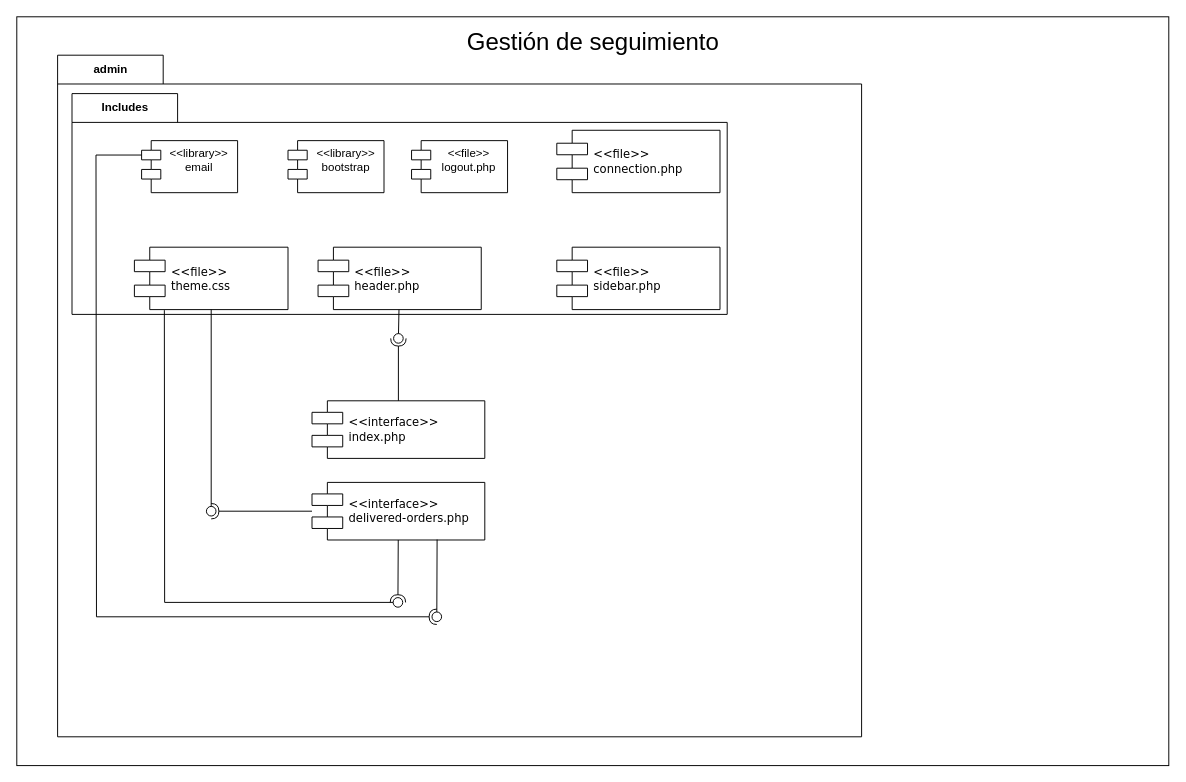
Before: Diagramas/DiagramaNuevoJorge.drawio in JorgeADnro/Torres, a draw.io diagram. Source tidied: cells renumbered, new cells numbered last; positions are measured from the earlier drawing's top-left corner, leaving out a move shared by most shapes. Both pictures are drawn from the tidied source at 96%, with x=0, y=0 at pixel (16, 16).
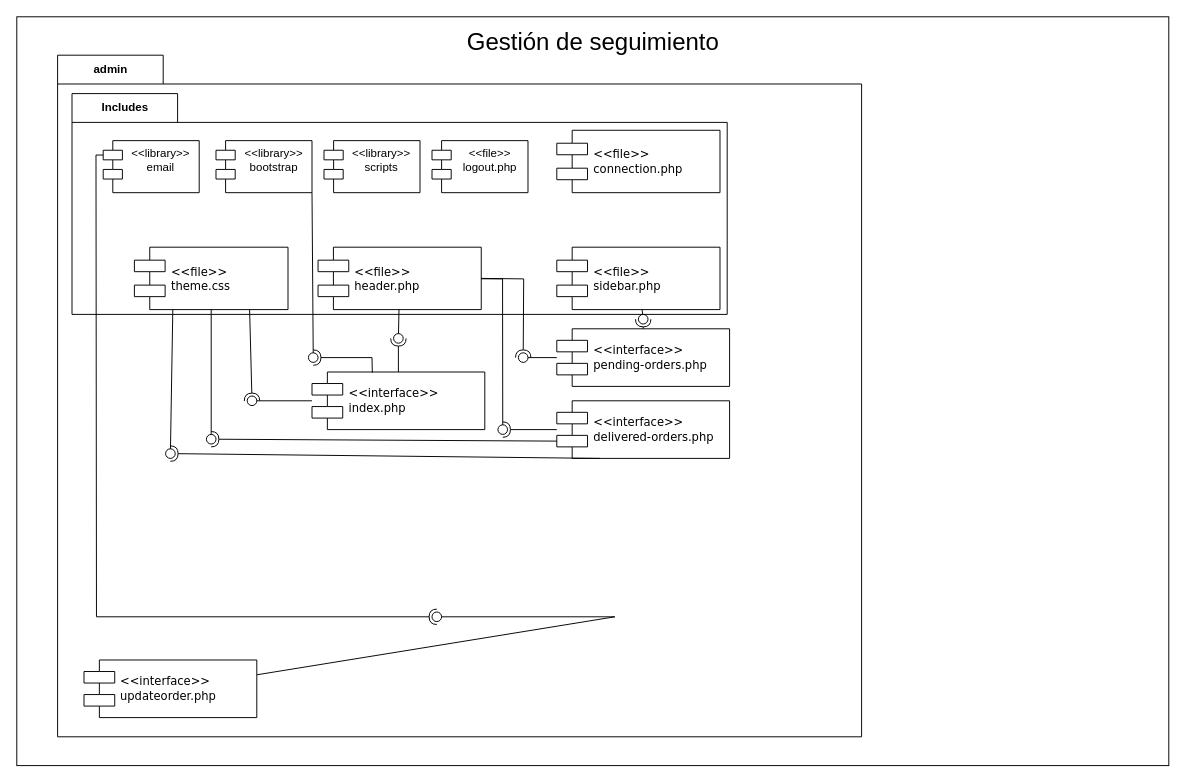
The same diagram, later.

The change refers to these unchanged cells:
```xml
<mxCell id="11" style="ellipse;whiteSpace=wrap;html=1;align=center;fillColor=none;strokeColor=none;perimeter=centerPerimeter;points=[];outlineConnect=1;" parent="1" vertex="1">
  <mxGeometry x="197.5" y="510" width="10" height="10" as="geometry" />
</mxCell>
<mxCell id="17" style="ellipse;whiteSpace=wrap;html=1;align=center;fillColor=none;strokeColor=none;perimeter=centerPerimeter;points=[];outlineConnect=1;" parent="1" vertex="1">
  <mxGeometry x="432.5" y="620" width="10" height="10" as="geometry" />
</mxCell>
<mxCell id="18" value="&amp;lt;&amp;lt;file&amp;gt;&amp;gt;&lt;br&gt;theme.css" style="shape=component;align=left;spacingLeft=36;rounded=0;shadow=0;comic=0;labelBackgroundColor=none;strokeWidth=1;fontFamily=Verdana;fontSize=12;html=1;" parent="1" vertex="1">
  <mxGeometry x="122.5" y="240" width="160" height="65" as="geometry" />
</mxCell>
<mxCell id="24" value="&amp;lt;&amp;lt;file&amp;gt;&amp;gt;&lt;br&gt;header.php" style="shape=component;align=left;spacingLeft=36;rounded=0;shadow=0;comic=0;labelBackgroundColor=none;strokeWidth=1;fontFamily=Verdana;fontSize=12;html=1;" parent="1" vertex="1">
  <mxGeometry x="313.8" y="240" width="170" height="65" as="geometry" />
</mxCell>
<mxCell id="28" value="&amp;lt;&amp;lt;file&amp;gt;&amp;gt;&lt;br&gt;sidebar.php" style="shape=component;align=left;spacingLeft=36;rounded=0;shadow=0;comic=0;labelBackgroundColor=none;strokeWidth=1;fontFamily=Verdana;fontSize=12;html=1;" parent="1" vertex="1">
  <mxGeometry x="562.5" y="240" width="170" height="65" as="geometry" />
</mxCell>
```

The edit, as a diff of the source:
```diff
@@
     <mxCell id="7" value="&amp;lt;&amp;lt;interface&amp;gt;&amp;gt;&lt;br&gt;delivered-orders.php" style="shape=component;align=left;spacingLeft=36;rounded=0;shadow=0;comic=0;labelBackgroundColor=none;strokeWidth=1;fontFamily=Verdana;fontSize=12;html=1;" parent="1" vertex="1">
-      <mxGeometry x="307.5" y="485" width="180" height="60" as="geometry" />
+      <mxGeometry x="562.5" y="400" width="180" height="60" as="geometry" />
     </mxCell>
@@
     <mxCell id="9" value="&amp;lt;&amp;lt;interface&amp;gt;&amp;gt;&lt;br&gt;index.php" style="shape=component;align=left;spacingLeft=36;rounded=0;shadow=0;comic=0;labelBackgroundColor=none;strokeWidth=1;fontFamily=Verdana;fontSize=12;html=1;" parent="1" vertex="1">
-      <mxGeometry x="307.5" y="400" width="180" height="60" as="geometry" />
+      <mxGeometry x="307.5" y="370" width="180" height="60" as="geometry" />
     </mxCell>
-    <mxCell id="10" style="rounded=0;jettySize=auto;html=1;endArrow=halfCircle;endFill=0;endSize=6;strokeWidth=1;sketch=0;" parent="1" edge="1" source="7" target="11">
-      <mxGeometry relative="1" as="geometry" />
-    </mxCell>
@@
-    <mxCell id="12" style="rounded=0;jettySize=auto;html=1;endArrow=halfCircle;endFill=0;endSize=6;strokeWidth=1;sketch=0;" parent="1" edge="1" source="7">
-      <mxGeometry relative="1" as="geometry">
-        <mxPoint x="397" y="610" as="targetPoint" />
-      </mxGeometry>
-    </mxCell>
@@
-    <mxCell id="16" style="rounded=0;jettySize=auto;html=1;endArrow=oval;endFill=0;sketch=0;sourcePerimeterSpacing=0;targetPerimeterSpacing=0;endSize=10;exitX=0.724;exitY=0.992;exitDx=0;exitDy=0;exitPerimeter=0;" parent="1" edge="1" source="7" target="17">
-      <mxGeometry relative="1" as="geometry" />
+    <mxCell id="16" style="rounded=0;jettySize=auto;html=1;endArrow=oval;endFill=0;sketch=0;sourcePerimeterSpacing=0;targetPerimeterSpacing=0;endSize=10;" parent="1" edge="1" source="32" target="17">
+      <mxGeometry relative="1" as="geometry">
+        <Array as="points">
+          <mxPoint x="623" y="625" />
+        </Array>
+      </mxGeometry>
     </mxCell>
@@
-    <mxCell id="19" style="rounded=0;jettySize=auto;html=1;endArrow=oval;endFill=0;sketch=0;sourcePerimeterSpacing=0;targetPerimeterSpacing=0;endSize=10;" parent="1" edge="1" source="18" target="11">
-      <mxGeometry relative="1" as="geometry" />
-    </mxCell>
-    <mxCell id="20" style="rounded=0;jettySize=auto;html=1;endArrow=oval;endFill=0;sketch=0;sourcePerimeterSpacing=0;targetPerimeterSpacing=0;endSize=10;exitX=0.195;exitY=1.009;exitDx=0;exitDy=0;exitPerimeter=0;" parent="1" edge="1" source="18">
-      <mxGeometry relative="1" as="geometry">
-        <mxPoint x="397" y="610" as="targetPoint" />
-        <Array as="points">
-          <mxPoint x="154" y="610" />
-        </Array>
-      </mxGeometry>
-    </mxCell>
     <mxCell id="21" value="&amp;lt;&amp;lt;library&amp;gt;&amp;gt;&lt;br&gt;email" style="shape=module;align=left;spacingLeft=20;align=center;verticalAlign=top;whiteSpace=wrap;html=1;" parent="1" vertex="1">
-      <mxGeometry x="130" y="129" width="100" height="54.2" as="geometry" />
+      <mxGeometry x="90" y="129" width="100" height="54.2" as="geometry" />
     </mxCell>
@@
     <mxCell id="27" value="&amp;lt;&amp;lt;library&amp;gt;&amp;gt;&lt;br&gt;bootstrap" style="shape=module;align=left;spacingLeft=20;align=center;verticalAlign=top;whiteSpace=wrap;html=1;" parent="1" vertex="1">
-      <mxGeometry x="282.5" y="129" width="100" height="54.2" as="geometry" />
+      <mxGeometry x="207.5" y="129" width="100" height="54.2" as="geometry" />
     </mxCell>
@@
     <mxCell id="30" value="&amp;lt;&amp;lt;file&amp;gt;&amp;gt;&lt;br&gt;logout.php" style="shape=module;align=left;spacingLeft=20;align=center;verticalAlign=top;whiteSpace=wrap;html=1;" parent="1" vertex="1">
-      <mxGeometry x="411.2" y="129" width="100" height="54.2" as="geometry" />
+      <mxGeometry x="432.5" y="129" width="100" height="54.2" as="geometry" />
     </mxCell>
+    <mxCell id="31" value="&amp;lt;&amp;lt;interface&amp;gt;&amp;gt;&lt;br&gt;pending-orders.php" style="shape=component;align=left;spacingLeft=36;rounded=0;shadow=0;comic=0;labelBackgroundColor=none;strokeWidth=1;fontFamily=Verdana;fontSize=12;html=1;" parent="1" vertex="1">
+      <mxGeometry x="562.5" y="325" width="180" height="60" as="geometry" />
+    </mxCell>
+    <mxCell id="32" value="&amp;lt;&amp;lt;interface&amp;gt;&amp;gt;&lt;br&gt;updateorder.php" style="shape=component;align=left;spacingLeft=36;rounded=0;shadow=0;comic=0;labelBackgroundColor=none;strokeWidth=1;fontFamily=Verdana;fontSize=12;html=1;" parent="1" vertex="1">
+      <mxGeometry x="70" y="670" width="180" height="60" as="geometry" />
+    </mxCell>
+    <mxCell id="33" value="&amp;lt;&amp;lt;library&amp;gt;&amp;gt;&lt;br&gt;scripts" style="shape=module;align=left;spacingLeft=20;align=center;verticalAlign=top;whiteSpace=wrap;html=1;" parent="1" vertex="1">
+      <mxGeometry x="320" y="129" width="100" height="54.2" as="geometry" />
+    </mxCell>
+    <mxCell id="34" style="rounded=0;jettySize=auto;html=1;endArrow=halfCircle;endFill=0;endSize=6;strokeWidth=1;sketch=0;exitX=0.349;exitY=0.013;exitDx=0;exitDy=0;exitPerimeter=0;" parent="1" edge="1" source="9" target="36">
+      <mxGeometry relative="1" as="geometry">
+        <Array as="points">
+          <mxPoint x="370" y="355" />
+        </Array>
+      </mxGeometry>
+    </mxCell>
+    <mxCell id="35" style="rounded=0;jettySize=auto;html=1;endArrow=oval;endFill=0;sketch=0;sourcePerimeterSpacing=0;targetPerimeterSpacing=0;endSize=10;exitX=1;exitY=1;exitDx=0;exitDy=0;" parent="1" edge="1" source="27" target="36">
+      <mxGeometry relative="1" as="geometry" />
+    </mxCell>
+    <mxCell id="36" style="ellipse;whiteSpace=wrap;html=1;align=center;fillColor=none;strokeColor=none;perimeter=centerPerimeter;points=[];outlineConnect=1;" parent="1" vertex="1">
+      <mxGeometry x="303.8" y="350" width="10" height="10" as="geometry" />
+    </mxCell>
+    <mxCell id="37" style="rounded=0;jettySize=auto;html=1;endArrow=halfCircle;endFill=0;endSize=6;strokeWidth=1;sketch=0;exitX=0.75;exitY=1;exitDx=0;exitDy=0;" parent="1" edge="1" source="18" target="39">
+      <mxGeometry relative="1" as="geometry" />
+    </mxCell>
+    <mxCell id="38" style="rounded=0;jettySize=auto;html=1;endArrow=oval;endFill=0;sketch=0;sourcePerimeterSpacing=0;targetPerimeterSpacing=0;endSize=10;" parent="1" edge="1" source="9" target="39">
+      <mxGeometry relative="1" as="geometry" />
+    </mxCell>
+    <mxCell id="39" style="ellipse;whiteSpace=wrap;html=1;align=center;fillColor=none;strokeColor=none;perimeter=centerPerimeter;points=[];outlineConnect=1;" parent="1" vertex="1">
+      <mxGeometry x="240" y="395" width="10" height="10" as="geometry" />
+    </mxCell>
+    <mxCell id="40" style="rounded=0;jettySize=auto;html=1;endArrow=halfCircle;endFill=0;endSize=6;strokeWidth=1;sketch=0;" parent="1" edge="1" source="7" target="42">
+      <mxGeometry relative="1" as="geometry" />
+    </mxCell>
+    <mxCell id="41" style="rounded=0;jettySize=auto;html=1;endArrow=oval;endFill=0;sketch=0;sourcePerimeterSpacing=0;targetPerimeterSpacing=0;endSize=10;" parent="1" edge="1" source="24" target="42">
+      <mxGeometry relative="1" as="geometry">
+        <Array as="points">
+          <mxPoint x="506" y="273" />
+        </Array>
+      </mxGeometry>
+    </mxCell>
+    <mxCell id="42" style="ellipse;whiteSpace=wrap;html=1;align=center;fillColor=none;strokeColor=none;perimeter=centerPerimeter;points=[];outlineConnect=1;" parent="1" vertex="1">
+      <mxGeometry x="501.2" y="425" width="10" height="10" as="geometry" />
+    </mxCell>
+    <mxCell id="43" style="rounded=0;jettySize=auto;html=1;endArrow=halfCircle;endFill=0;endSize=6;strokeWidth=1;sketch=0;exitX=1;exitY=0.5;exitDx=0;exitDy=0;" parent="1" edge="1" source="24" target="45">
+      <mxGeometry relative="1" as="geometry">
+        <Array as="points">
+          <mxPoint x="528" y="273" />
+        </Array>
+      </mxGeometry>
+    </mxCell>
+    <mxCell id="44" style="rounded=0;jettySize=auto;html=1;endArrow=oval;endFill=0;sketch=0;sourcePerimeterSpacing=0;targetPerimeterSpacing=0;endSize=10;" parent="1" edge="1" source="31" target="45">
+      <mxGeometry relative="1" as="geometry" />
+    </mxCell>
+    <mxCell id="45" style="ellipse;whiteSpace=wrap;html=1;align=center;fillColor=none;strokeColor=none;perimeter=centerPerimeter;points=[];outlineConnect=1;" parent="1" vertex="1">
+      <mxGeometry x="522.5" y="350" width="10" height="10" as="geometry" />
+    </mxCell>
+    <mxCell id="46" style="rounded=0;jettySize=auto;html=1;endArrow=halfCircle;endFill=0;endSize=6;strokeWidth=1;sketch=0;" parent="1" edge="1" source="31" target="48">
+      <mxGeometry relative="1" as="geometry" />
+    </mxCell>
+    <mxCell id="47" style="rounded=0;jettySize=auto;html=1;endArrow=oval;endFill=0;sketch=0;sourcePerimeterSpacing=0;targetPerimeterSpacing=0;endSize=10;" parent="1" edge="1" source="28" target="48">
+      <mxGeometry relative="1" as="geometry" />
+    </mxCell>
+    <mxCell id="48" style="ellipse;whiteSpace=wrap;html=1;align=center;fillColor=none;strokeColor=none;perimeter=centerPerimeter;points=[];outlineConnect=1;" parent="1" vertex="1">
+      <mxGeometry x="647.5" y="310" width="10" height="10" as="geometry" />
+    </mxCell>
+    <mxCell id="49" style="rounded=0;jettySize=auto;html=1;endArrow=halfCircle;endFill=0;endSize=6;strokeWidth=1;sketch=0;exitX=0;exitY=0.7;exitDx=0;exitDy=0;" parent="1" edge="1" source="7" target="51">
+      <mxGeometry relative="1" as="geometry" />
+    </mxCell>
+    <mxCell id="50" style="rounded=0;jettySize=auto;html=1;endArrow=oval;endFill=0;sketch=0;sourcePerimeterSpacing=0;targetPerimeterSpacing=0;endSize=10;" parent="1" edge="1" source="18" target="51">
+      <mxGeometry relative="1" as="geometry" />
+    </mxCell>
+    <mxCell id="51" style="ellipse;whiteSpace=wrap;html=1;align=center;fillColor=none;strokeColor=none;perimeter=centerPerimeter;points=[];outlineConnect=1;" parent="1" vertex="1">
+      <mxGeometry x="197.5" y="435" width="10" height="10" as="geometry" />
+    </mxCell>
+    <mxCell id="52" style="rounded=0;jettySize=auto;html=1;endArrow=halfCircle;endFill=0;endSize=6;strokeWidth=1;sketch=0;exitX=0.25;exitY=1;exitDx=0;exitDy=0;" parent="1" edge="1" source="7" target="54">
+      <mxGeometry relative="1" as="geometry" />
+    </mxCell>
+    <mxCell id="53" style="rounded=0;jettySize=auto;html=1;endArrow=oval;endFill=0;sketch=0;sourcePerimeterSpacing=0;targetPerimeterSpacing=0;endSize=10;exitX=0.25;exitY=1;exitDx=0;exitDy=0;" parent="1" edge="1" source="18" target="54">
+      <mxGeometry relative="1" as="geometry" />
+    </mxCell>
+    <mxCell id="54" style="ellipse;whiteSpace=wrap;html=1;align=center;fillColor=none;strokeColor=none;perimeter=centerPerimeter;points=[];outlineConnect=1;" parent="1" vertex="1">
+      <mxGeometry x="155" y="450" width="10" height="10" as="geometry" />
+    </mxCell>
```
